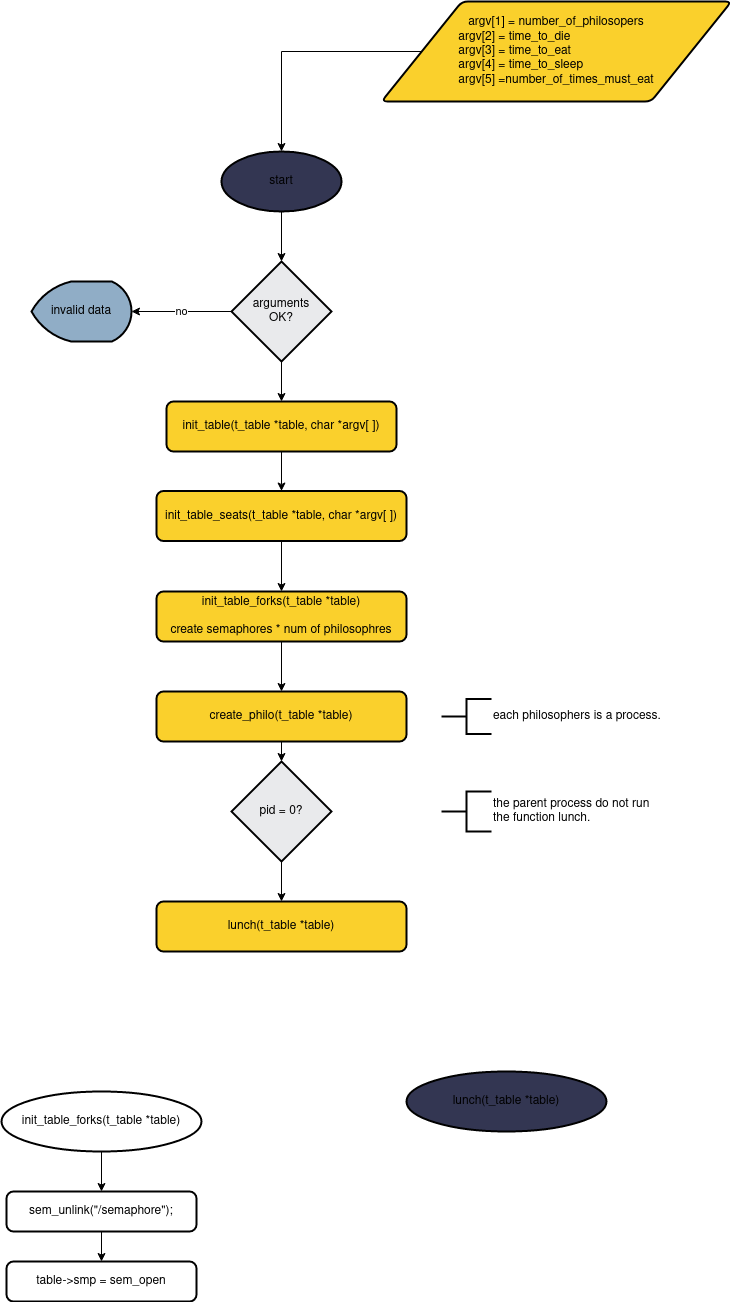
This is philosophers.drawio.png from FaustoFaggion/42_school_phylosophers, a draw.io export, as it was before one commit. Source tidied: cells renumbered, new cells last; positions are measured from the earlier drawing's top-left corner, leaving out a move shared by most shapes.
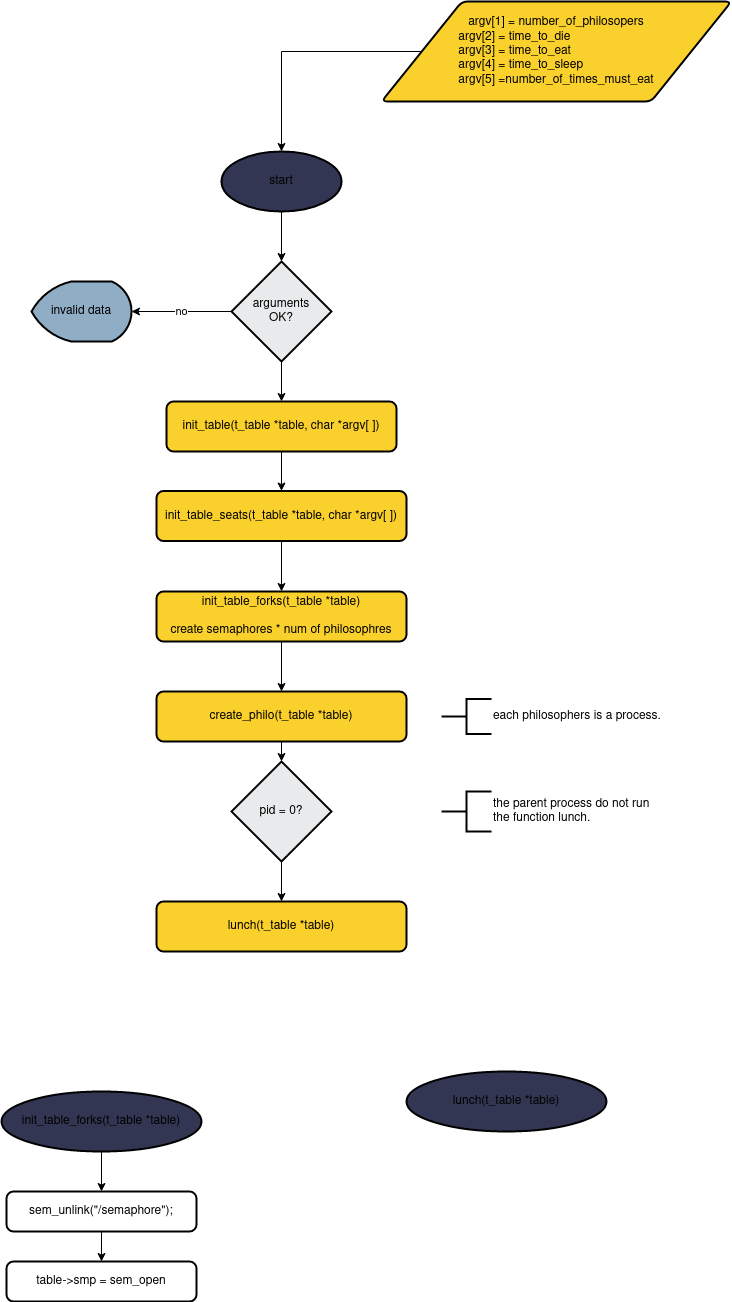
Later version of the same file.

Change to the diagram source:
```diff
@@ -47,7 +47,7 @@
     <mxCell id="16" style="edgeStyle=orthogonalEdgeStyle;rounded=0;jettySize=auto;html=1;exitX=0.5;exitY=1;exitDx=0;exitDy=0;exitPerimeter=0;entryX=0.5;entryY=0;entryDx=0;entryDy=0;" parent="1" edge="1" source="17" target="19">
       <mxGeometry relative="1" as="geometry" />
     </mxCell>
-    <mxCell id="17" value="init_table_forks(t_table *table)" style="strokeWidth=2;html=1;shape=mxgraph.flowchart.start_1;whiteSpace=wrap;" parent="1" vertex="1">
+    <mxCell id="17" value="init_table_forks(t_table *table)" style="strokeWidth=2;html=1;shape=mxgraph.flowchart.start_1;whiteSpace=wrap;fillColor=#333652;" parent="1" vertex="1">
       <mxGeometry y="1090" width="200" height="60" as="geometry" />
     </mxCell>
     <mxCell id="18" style="edgeStyle=orthogonalEdgeStyle;rounded=0;jettySize=auto;html=1;exitX=0.5;exitY=1;exitDx=0;exitDy=0;entryX=0.5;entryY=0;entryDx=0;entryDy=0;" parent="1" edge="1" source="19" target="20">
```
